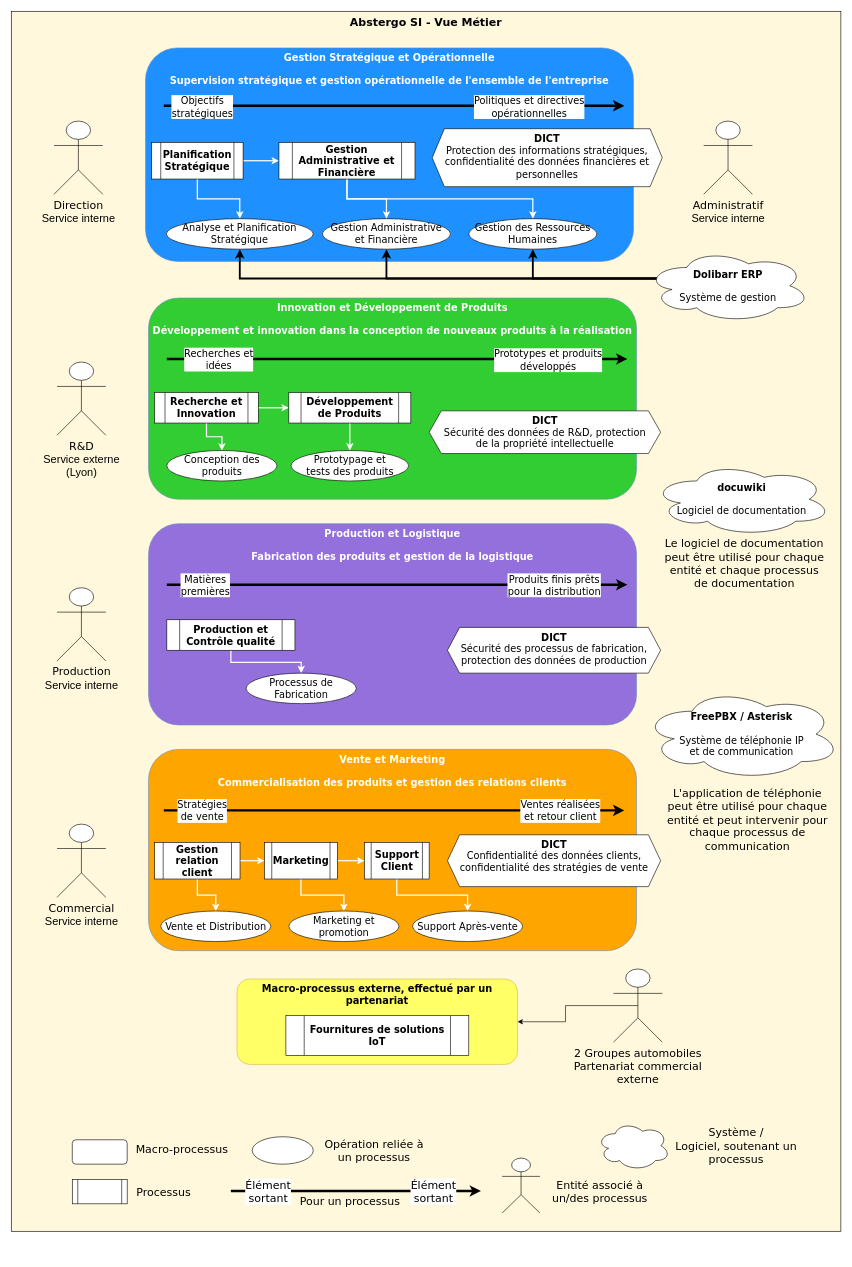
Before: Vue_Métier_v2.drawio in CharifMah/AbstergoAnimus, a draw.io diagram. Source tidied: cells renumbered, new cells numbered last; positions are measured from the earlier drawing's top-left corner, leaving out a move shared by most shapes. Both pictures are drawn from the tidied source at 61%, with x=0, y=0 at pixel (11, 11).
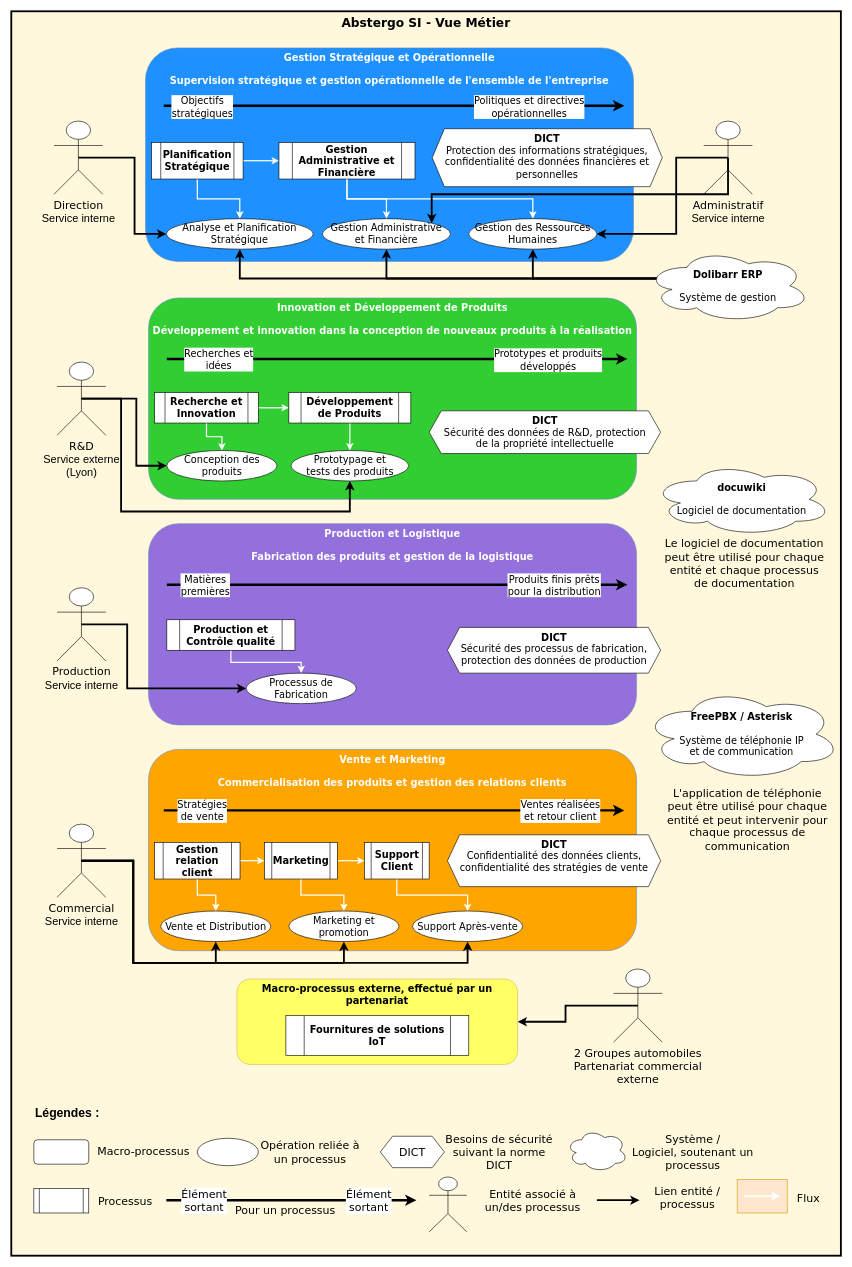
After the change.

Commit message:
Mettre à jour Vue_Métier_v2.drawio

The change refers to these unchanged cells:
```xml
<mxCell id="25" value="Analyse et Planification &#10;Stratégique" style="ellipse;fontSize=16;fontFamily=Verdana;whiteSpace=wrap;" parent="1" vertex="1">
  <mxGeometry x="254.2" y="340" width="240.8" height="50" as="geometry" />
</mxCell>
<mxCell id="26" value="Gestion Administrative &#10;et Financière" style="ellipse;fontSize=16;whiteSpace=wrap;fontFamily=Verdana;" parent="1" vertex="1">
  <mxGeometry x="510" y="340" width="210" height="50" as="geometry" />
</mxCell>
<mxCell id="27" value="Gestion des Ressources Humaines" style="ellipse;fontSize=16;whiteSpace=wrap;fontFamily=Verdana;" parent="1" vertex="1">
  <mxGeometry x="750" y="340" width="210" height="50" as="geometry" />
</mxCell>
<mxCell id="28" value="&lt;font style=&quot;font-size: 16px;&quot;&gt;&lt;span style=&quot;font-size: 16px;&quot;&gt;Conception des produits&lt;/span&gt;&lt;/font&gt;" style="ellipse;whiteSpace=wrap;html=1;fontFamily=Verdana;fontSize=16;" parent="1" vertex="1">
  <mxGeometry x="255" y="720" width="180.5" height="50" as="geometry" />
</mxCell>
<mxCell id="29" value="&lt;font style=&quot;font-size: 16px;&quot;&gt;&lt;span style=&quot;font-size: 16px;&quot;&gt;Prototypage et &lt;br&gt;tests des produits&lt;/span&gt;&lt;/font&gt;" style="ellipse;whiteSpace=wrap;html=1;fontFamily=Verdana;fontSize=16;" parent="1" vertex="1">
  <mxGeometry x="458.6" y="720" width="192.8" height="50" as="geometry" />
</mxCell>
<mxCell id="30" value="&lt;font style=&quot;font-size: 16px;&quot;&gt;&lt;span style=&quot;font-size: 16px;&quot;&gt;Processus de Fabrication&lt;/span&gt;&lt;/font&gt;" style="ellipse;whiteSpace=wrap;html=1;fontFamily=Verdana;fontSize=16;" parent="1" vertex="1">
  <mxGeometry x="385" y="1085" width="180.5" height="50" as="geometry" />
</mxCell>
<mxCell id="47" value="&lt;font style=&quot;font-size: 18px;&quot; face=&quot;Verdana&quot;&gt;Direction&lt;/font&gt;&lt;font style=&quot;font-size: 18px;&quot; face=&quot;kKJ_Ids-99zO15ref_r5&quot;&gt;&lt;br&gt;&lt;font style=&quot;font-size: 18px;&quot;&gt;Service interne&lt;/font&gt;&lt;/font&gt;" style="shape=umlActor;verticalLabelPosition=bottom;verticalAlign=top;html=1;outlineConnect=0;" parent="1" vertex="1">
  <mxGeometry x="70" y="180" width="80" height="120" as="geometry" />
</mxCell>
<mxCell id="48" value="&lt;font style=&quot;font-size: 18px;&quot; face=&quot;Verdana&quot;&gt;Administratif&lt;/font&gt;&lt;font style=&quot;font-size: 18px;&quot; face=&quot;4KgLqjCtGsQ8VSGJz6T4&quot;&gt;&lt;br&gt;&lt;font style=&quot;font-size: 18px;&quot;&gt;Service interne&lt;/font&gt;&lt;/font&gt;" style="shape=umlActor;verticalLabelPosition=bottom;verticalAlign=top;html=1;outlineConnect=0;" parent="1" vertex="1">
  <mxGeometry x="1135" y="180" width="80" height="120" as="geometry" />
</mxCell>
<mxCell id="50" value="&lt;font style=&quot;font-size: 18px;&quot; face=&quot;Verdana&quot;&gt;2 &lt;font style=&quot;font-size: 18px;&quot;&gt;Groupes automobiles&lt;br&gt;Partenariat commercial &lt;br&gt;externe&lt;br&gt;&lt;/font&gt;&lt;/font&gt;" style="shape=umlActor;verticalLabelPosition=bottom;verticalAlign=top;html=1;outlineConnect=0;" parent="1" vertex="1">
  <mxGeometry x="987.2" y="1570" width="80" height="120" as="geometry" />
</mxCell>
<mxCell id="51" value="&lt;font style=&quot;font-size: 18px;&quot; face=&quot;Verdana&quot;&gt;R&amp;amp;D&lt;/font&gt;&lt;font style=&quot;font-size: 18px;&quot; face=&quot;UAt6fcJ7rfgdQYm4minW&quot;&gt;&lt;br&gt;&lt;font style=&quot;font-size: 18px;&quot;&gt;Service externe&lt;br&gt;(Lyon)&lt;br&gt;&lt;/font&gt;&lt;/font&gt;" style="shape=umlActor;verticalLabelPosition=bottom;verticalAlign=top;html=1;outlineConnect=0;" parent="1" vertex="1">
  <mxGeometry x="75" y="575" width="80" height="120" as="geometry" />
</mxCell>
<mxCell id="52" value="&lt;font style=&quot;font-size: 18px;&quot; face=&quot;Verdana&quot;&gt;Production&lt;/font&gt;&lt;font style=&quot;font-size: 18px;&quot; face=&quot;FGPGU1U1eCcjK2Tbj2Oz&quot;&gt;&lt;br&gt;Service interne&lt;/font&gt;" style="shape=umlActor;verticalLabelPosition=bottom;verticalAlign=top;html=1;outlineConnect=0;" parent="1" vertex="1">
  <mxGeometry x="75" y="945" width="80" height="120" as="geometry" />
</mxCell>
<mxCell id="56" value="Vente et Distribution" style="ellipse;whiteSpace=wrap;html=1;fontFamily=Verdana;fontSize=16;" parent="1" vertex="1">
  <mxGeometry x="245" y="1475" width="180.5" height="50" as="geometry" />
</mxCell>
<mxCell id="57" value="Marketing et promotion" style="ellipse;whiteSpace=wrap;html=1;fontFamily=Verdana;fontSize=16;" parent="1" vertex="1">
  <mxGeometry x="455" y="1475" width="180.5" height="50" as="geometry" />
</mxCell>
<mxCell id="58" value="Support Après-vente" style="ellipse;whiteSpace=wrap;html=1;fontFamily=Verdana;fontSize=16;" parent="1" vertex="1">
  <mxGeometry x="657.8" y="1475" width="180.5" height="50" as="geometry" />
</mxCell>
<mxCell id="63" value="&lt;font face=&quot;Verdana&quot; style=&quot;font-size: 18px;&quot;&gt;Commercial&lt;/font&gt;&lt;font face=&quot;pfqWf4vcFxnvbJ8P3OAt&quot; style=&quot;font-size: 18px;&quot;&gt;&lt;br&gt;&lt;font style=&quot;font-size: 18px;&quot;&gt;Service interne&lt;/font&gt;&lt;/font&gt;" style="shape=umlActor;verticalLabelPosition=bottom;verticalAlign=top;html=1;outlineConnect=0;" parent="1" vertex="1">
  <mxGeometry x="75" y="1332.5" width="80" height="120" as="geometry" />
</mxCell>
<mxCell id="64" value="Macro-processus externe, effectué par un partenariat " style="rounded=1;whiteSpace=wrap;html=1;fillColor=#FFFF66;strokeColor=#d6b656;fontStyle=1;verticalAlign=top;fontFamily=Verdana;fontSize=16;" parent="1" vertex="1">
  <mxGeometry x="370" y="1586.5" width="460" height="140" as="geometry" />
</mxCell>
```

The edit, as a diff of the source:
```diff
@@
-    <mxCell id="2" value="&lt;b&gt;&lt;font size=&quot;1&quot;&gt;&lt;span style=&quot;font-size: 18px;&quot;&gt;Abstergo SI - Vue Métier&lt;/span&gt;&lt;/font&gt;&lt;/b&gt;" style="rounded=0;whiteSpace=wrap;html=1;verticalAlign=top;fillColor=#FFF8DC;fontFamily=Verdana;" parent="1" vertex="1">
-      <mxGeometry width="1360" height="2000" as="geometry" />
+    <mxCell id="2" value="&lt;font size=&quot;1&quot;&gt;&lt;b style=&quot;font-size: 20px;&quot;&gt;Abstergo SI - Vue Métier&lt;/b&gt;&lt;/font&gt;" style="rounded=0;whiteSpace=wrap;html=1;verticalAlign=top;fillColor=#FFF8DC;fontFamily=Verdana;strokeWidth=3;" parent="1" vertex="1">
+      <mxGeometry width="1360" height="2040" as="geometry" />
     </mxCell>
+    <mxCell id="84" style="rounded=0;whiteSpace=wrap;html=1;fillColor=#ffe6cc;strokeColor=#d79b00;" parent="1" vertex="1">
+      <mxGeometry x="1190" y="1915" width="82" height="55" as="geometry" />
+    </mxCell>
@@
+    <mxCell id="85" style="edgeStyle=orthogonalEdgeStyle;rounded=0;jettySize=auto;html=1;exitX=0.5;exitY=0.5;exitDx=0;exitDy=0;exitPerimeter=0;entryX=0;entryY=0.5;entryDx=0;entryDy=0;strokeWidth=3;" parent="1" edge="1" source="47" target="25">
+      <mxGeometry relative="1" as="geometry" />
+    </mxCell>
@@
+    <mxCell id="86" style="edgeStyle=orthogonalEdgeStyle;rounded=0;jettySize=auto;html=1;exitX=0.5;exitY=0.5;exitDx=0;exitDy=0;exitPerimeter=0;entryX=1;entryY=0.5;entryDx=0;entryDy=0;strokeWidth=3;" parent="1" edge="1" source="48" target="27">
+      <mxGeometry relative="1" as="geometry">
+        <Array as="points">
+          <mxPoint x="1090" y="240" />
+          <mxPoint x="1090" y="365" />
+        </Array>
+      </mxGeometry>
+    </mxCell>
+    <mxCell id="87" style="edgeStyle=orthogonalEdgeStyle;rounded=0;jettySize=auto;html=1;exitX=0.5;exitY=0.5;exitDx=0;exitDy=0;exitPerimeter=0;entryX=1;entryY=0;entryDx=0;entryDy=0;strokeWidth=3;" parent="1" edge="1" source="48" target="26">
+      <mxGeometry relative="1" as="geometry">
+        <Array as="points">
+          <mxPoint x="1175" y="300" />
+          <mxPoint x="690" y="300" />
+        </Array>
+      </mxGeometry>
+    </mxCell>
@@
-    <mxCell id="49" style="edgeStyle=orthogonalEdgeStyle;rounded=0;jettySize=auto;html=1;exitX=0.5;exitY=0.5;exitDx=0;exitDy=0;exitPerimeter=0;entryX=1;entryY=0.5;entryDx=0;entryDy=0;" parent="1" edge="1" source="50" target="64">
+    <mxCell id="49" style="edgeStyle=orthogonalEdgeStyle;rounded=0;jettySize=auto;html=1;exitX=0.5;exitY=0.5;exitDx=0;exitDy=0;exitPerimeter=0;entryX=1;entryY=0.5;entryDx=0;entryDy=0;strokeWidth=3;" parent="1" edge="1" source="50" target="64">
       <mxGeometry relative="1" as="geometry" />
     </mxCell>
@@
+    <mxCell id="88" style="edgeStyle=orthogonalEdgeStyle;rounded=0;jettySize=auto;html=1;exitX=0.5;exitY=0.5;exitDx=0;exitDy=0;exitPerimeter=0;entryX=0;entryY=0.5;entryDx=0;entryDy=0;strokeWidth=3;" parent="1" edge="1" source="51" target="28">
+      <mxGeometry relative="1" as="geometry" />
+    </mxCell>
+    <mxCell id="89" style="edgeStyle=orthogonalEdgeStyle;rounded=0;jettySize=auto;html=1;exitX=0.5;exitY=0.5;exitDx=0;exitDy=0;exitPerimeter=0;entryX=0.5;entryY=1;entryDx=0;entryDy=0;strokeWidth=3;" parent="1" edge="1" source="51" target="29">
+      <mxGeometry relative="1" as="geometry">
+        <Array as="points">
+          <mxPoint x="180" y="635" />
+          <mxPoint x="180" y="820" />
+          <mxPoint x="555" y="820" />
+        </Array>
+      </mxGeometry>
+    </mxCell>
@@
+    <mxCell id="90" style="edgeStyle=orthogonalEdgeStyle;rounded=0;jettySize=auto;html=1;exitX=0.5;exitY=0.5;exitDx=0;exitDy=0;exitPerimeter=0;entryX=0;entryY=0.5;entryDx=0;entryDy=0;strokeWidth=3;" parent="1" edge="1" source="52" target="30">
+      <mxGeometry relative="1" as="geometry">
+        <Array as="points">
+          <mxPoint x="190" y="1005" />
+          <mxPoint x="190" y="1110" />
+        </Array>
+      </mxGeometry>
+    </mxCell>
@@
+    <mxCell id="91" style="edgeStyle=orthogonalEdgeStyle;rounded=0;jettySize=auto;html=1;exitX=0.5;exitY=0.5;exitDx=0;exitDy=0;exitPerimeter=0;entryX=0.5;entryY=1;entryDx=0;entryDy=0;strokeWidth=3;" parent="1" edge="1" source="63" target="56">
+      <mxGeometry relative="1" as="geometry">
+        <Array as="points">
+          <mxPoint x="200" y="1392" />
+          <mxPoint x="200" y="1560" />
+          <mxPoint x="335" y="1560" />
+        </Array>
+      </mxGeometry>
+    </mxCell>
+    <mxCell id="92" style="edgeStyle=orthogonalEdgeStyle;rounded=0;jettySize=auto;html=1;exitX=0.5;exitY=0.5;exitDx=0;exitDy=0;exitPerimeter=0;entryX=0.5;entryY=1;entryDx=0;entryDy=0;strokeWidth=3;" parent="1" edge="1" source="63" target="57">
+      <mxGeometry relative="1" as="geometry">
+        <Array as="points">
+          <mxPoint x="200" y="1392" />
+          <mxPoint x="200" y="1560" />
+          <mxPoint x="545" y="1560" />
+        </Array>
+      </mxGeometry>
+    </mxCell>
+    <mxCell id="93" style="edgeStyle=orthogonalEdgeStyle;rounded=0;jettySize=auto;html=1;exitX=0.5;exitY=0.5;exitDx=0;exitDy=0;exitPerimeter=0;entryX=0.5;entryY=1;entryDx=0;entryDy=0;strokeWidth=3;" parent="1" edge="1" source="63" target="58">
+      <mxGeometry relative="1" as="geometry">
+        <Array as="points">
+          <mxPoint x="200" y="1392" />
+          <mxPoint x="200" y="1560" />
+          <mxPoint x="748" y="1560" />
+        </Array>
+      </mxGeometry>
+    </mxCell>
@@
     <mxCell id="70" style="rounded=1;whiteSpace=wrap;html=1;" parent="1" vertex="1">
-      <mxGeometry x="100" y="1850" width="90" height="40" as="geometry" />
+      <mxGeometry x="37" y="1850" width="90" height="40" as="geometry" />
     </mxCell>
     <mxCell id="71" value="&lt;font style=&quot;font-size: 18px;&quot; face=&quot;Verdana&quot;&gt;Macro-processus&lt;/font&gt;" style="text;html=1;strokeColor=none;fillColor=none;align=center;verticalAlign=middle;whiteSpace=wrap;rounded=0;" parent="1" vertex="1">
-      <mxGeometry x="200" y="1850" width="160" height="30" as="geometry" />
+      <mxGeometry x="137" y="1852.5" width="160" height="30" as="geometry" />
     </mxCell>
     <mxCell id="72" style="shape=process;whiteSpace=wrap;html=1;backgroundOutline=1;" parent="1" vertex="1">
-      <mxGeometry x="100" y="1915" width="90" height="40" as="geometry" />
+      <mxGeometry x="37" y="1930" width="90" height="40" as="geometry" />
     </mxCell>
     <mxCell id="73" value="&lt;font style=&quot;font-size: 18px;&quot; face=&quot;Verdana&quot;&gt;Processus&lt;/font&gt;" style="text;html=1;strokeColor=none;fillColor=none;align=center;verticalAlign=middle;whiteSpace=wrap;rounded=0;" parent="1" vertex="1">
-      <mxGeometry x="220" y="1920" width="60" height="30" as="geometry" />
+      <mxGeometry x="157" y="1935" width="60" height="30" as="geometry" />
     </mxCell>
     <mxCell id="74" style="ellipse;whiteSpace=wrap;html=1;" parent="1" vertex="1">
-      <mxGeometry x="395" y="1845" width="100" height="45" as="geometry" />
+      <mxGeometry x="305" y="1847.5" width="100" height="45" as="geometry" />
     </mxCell>
     <mxCell id="75" value="&lt;font style=&quot;font-size: 18px;&quot; face=&quot;Verdana&quot;&gt;Opération reliée à un processus&lt;/font&gt;" style="text;html=1;strokeColor=none;fillColor=none;align=center;verticalAlign=middle;whiteSpace=wrap;rounded=0;" parent="1" vertex="1">
-      <mxGeometry x="510" y="1852.5" width="170" height="30" as="geometry" />
+      <mxGeometry x="405" y="1855" width="170" height="30" as="geometry" />
     </mxCell>
     <mxCell id="76" style="endArrow=classic;html=1;rounded=0;exitX=0.5;exitY=1;exitDx=0;exitDy=0;fontSize=16;strokeWidth=4;fontFamily=Verdana;" parent="1" edge="1">
       <mxGeometry relative="1" as="geometry">
-        <mxPoint x="360" y="1934.1" as="sourcePoint" />
-        <mxPoint x="770" y="1934" as="targetPoint" />
+        <mxPoint x="254.2" y="1949.1" as="sourcePoint" />
+        <mxPoint x="664.2" y="1949" as="targetPoint" />
       </mxGeometry>
     </mxCell>
@@
     <mxCell id="79" value="&lt;font style=&quot;font-size: 18px;&quot; face=&quot;Verdana&quot;&gt;Pour un processus&lt;/font&gt;" style="text;html=1;strokeColor=none;fillColor=none;align=center;verticalAlign=middle;whiteSpace=wrap;rounded=0;" parent="1" vertex="1">
-      <mxGeometry x="462.8" y="1935" width="184.5" height="30" as="geometry" />
+      <mxGeometry x="357" y="1950" width="184.5" height="30" as="geometry" />
     </mxCell>
     <mxCell id="80" style="shape=umlActor;verticalLabelPosition=bottom;verticalAlign=top;html=1;" parent="1" vertex="1">
-      <mxGeometry x="804.8" y="1880" width="61.8" height="90" as="geometry" />
+      <mxGeometry x="685" y="1911" width="61.8" height="90" as="geometry" />
     </mxCell>
     <mxCell id="81" value="&lt;font style=&quot;font-size: 18px;&quot; face=&quot;Verdana&quot;&gt;Entité associé à un/des processus&lt;br&gt;&lt;/font&gt;" style="text;html=1;strokeColor=none;fillColor=none;align=center;verticalAlign=middle;whiteSpace=wrap;rounded=0;" parent="1" vertex="1">
-      <mxGeometry x="879.8" y="1920" width="170.2" height="30" as="geometry" />
+      <mxGeometry x="770" y="1935" width="170.2" height="30" as="geometry" />
     </mxCell>
     <mxCell id="82" style="ellipse;shape=cloud;whiteSpace=wrap;html=1;" parent="1" vertex="1">
-      <mxGeometry x="960" y="1820" width="120" height="80" as="geometry" />
+      <mxGeometry x="910.2" y="1832.5" width="99.8" height="70" as="geometry" />
     </mxCell>
     <mxCell id="83" value="&lt;font style=&quot;font-size: 18px;&quot; face=&quot;Verdana&quot;&gt;Système / &lt;br&gt;Logiciel, soutenant un processus&lt;br&gt;&lt;/font&gt;" style="text;html=1;strokeColor=none;fillColor=none;align=center;verticalAlign=middle;whiteSpace=wrap;rounded=0;" parent="1" vertex="1">
-      <mxGeometry x="1060" y="1845" width="257.3" height="30" as="geometry" />
+      <mxGeometry x="1010" y="1855" width="215" height="30" as="geometry" />
     </mxCell>
+    <mxCell id="94" style="endArrow=classic;html=1;rounded=0;strokeWidth=3;strokeColor=#FFFFFF;" parent="1" edge="1">
+      <mxGeometry relative="1" as="geometry">
+        <mxPoint x="1201" y="1942.5" as="sourcePoint" />
+        <mxPoint x="1261" y="1942.5" as="targetPoint" />
+      </mxGeometry>
+    </mxCell>
+    <mxCell id="95" value="&lt;font style=&quot;font-size: 18px;&quot; face=&quot;Verdana&quot;&gt;Flux&lt;/font&gt;" style="text;html=1;strokeColor=none;fillColor=none;align=center;verticalAlign=middle;whiteSpace=wrap;rounded=0;" parent="1" vertex="1">
+      <mxGeometry x="1277.4" y="1930" width="60" height="30" as="geometry" />
+    </mxCell>
+    <mxCell id="96" style="endArrow=classic;html=1;rounded=0;strokeWidth=3;" parent="1" edge="1">
+      <mxGeometry relative="1" as="geometry">
+        <mxPoint x="960" y="1949" as="sourcePoint" />
+        <mxPoint x="1030" y="1949" as="targetPoint" />
+      </mxGeometry>
+    </mxCell>
+    <mxCell id="97" value="&lt;font style=&quot;font-size: 18px;&quot; face=&quot;Verdana&quot;&gt;Lien entité / processus&lt;/font&gt;" style="text;html=1;strokeColor=none;fillColor=none;align=center;verticalAlign=middle;whiteSpace=wrap;rounded=0;" parent="1" vertex="1">
+      <mxGeometry x="1047" y="1930" width="123" height="30" as="geometry" />
+    </mxCell>
+    <mxCell id="98" value="&lt;font style=&quot;font-size: 20px;&quot;&gt;&lt;b&gt;&lt;font style=&quot;font-size: 20px;&quot;&gt;Légendes&lt;/font&gt; :&lt;/b&gt;&lt;/font&gt;" style="text;html=1;strokeColor=none;fillColor=none;align=center;verticalAlign=middle;whiteSpace=wrap;rounded=0;" parent="1" vertex="1">
+      <mxGeometry x="37" y="1790" width="110" height="30" as="geometry" />
+    </mxCell>
+    <mxCell id="99" value="&lt;font style=&quot;font-size: 18px;&quot; face=&quot;Verdana&quot;&gt;DICT&lt;/font&gt;" style="shape=hexagon;perimeter=hexagonPerimeter2;whiteSpace=wrap;html=1;fixedSize=1;" parent="1" vertex="1">
+      <mxGeometry x="605" y="1844.2" width="105" height="51.5" as="geometry" />
+    </mxCell>
+    <mxCell id="100" value="&lt;font style=&quot;font-size: 18px;&quot; face=&quot;Verdana&quot;&gt;Besoins de sécurité suivant la norme DICT&lt;/font&gt;" style="text;html=1;strokeColor=none;fillColor=none;align=center;verticalAlign=middle;whiteSpace=wrap;rounded=0;" parent="1" vertex="1">
+      <mxGeometry x="710" y="1855" width="180" height="30" as="geometry" />
+    </mxCell>
```
